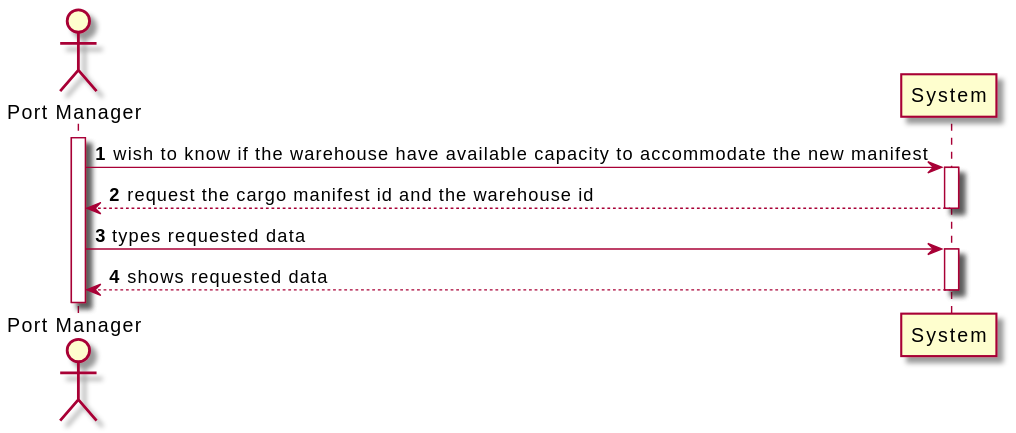
This is Documentation/Sprint3/Requirements_Engineering/US307/US307_SSD.svg from Pedromaia26/LAPR3-ISEP, a PlantUML export, as it was before one commit. Source of this version:
```plantuml
@startuml

autonumber

actor "Port Manager" as PM
participant "System" as S
activate PM

PM -> S: wish to know if the warehouse have available capacity to accommodate the new manifest
activate S
PM <-- S: request the cargo manifest id and the warehouse id
deactivate S
PM -> S: types requested data
activate S
PM <-- S: shows requested data
deactivate S
@enduml
```
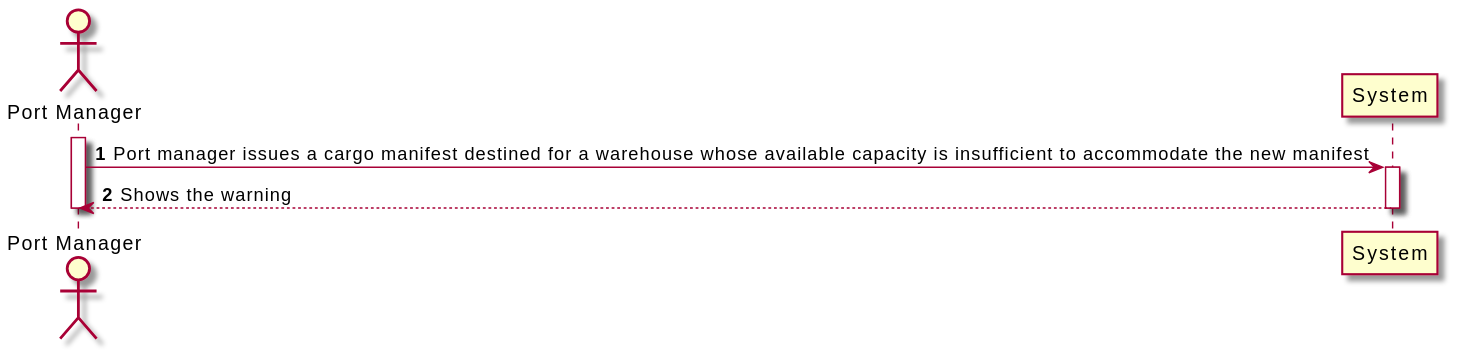
The same file after the commit.

What changed in the source:
```diff
@@ -1,17 +1,18 @@
 @startuml
+actor "Port Manager" as Adm
+participant "System" as System
 
 autonumber
 
-actor "Port Manager" as PM
-participant "System" as S
-activate PM
+activate Adm
 
-PM -> S: wish to know if the warehouse have available capacity to accommodate the new manifest
-activate S
-PM <-- S: request the cargo manifest id and the warehouse id
-deactivate S
-PM -> S: types requested data
-activate S
-PM <-- S: shows requested data
-deactivate S
+Adm -> System: Port manager issues a cargo manifest destined for a warehouse whose available capacity is insufficient to accommodate the new manifest
+
+activate System
+
+System --> Adm: Shows the warning
+
+deactivate System
+
+deactivate Adm
 @enduml
```
